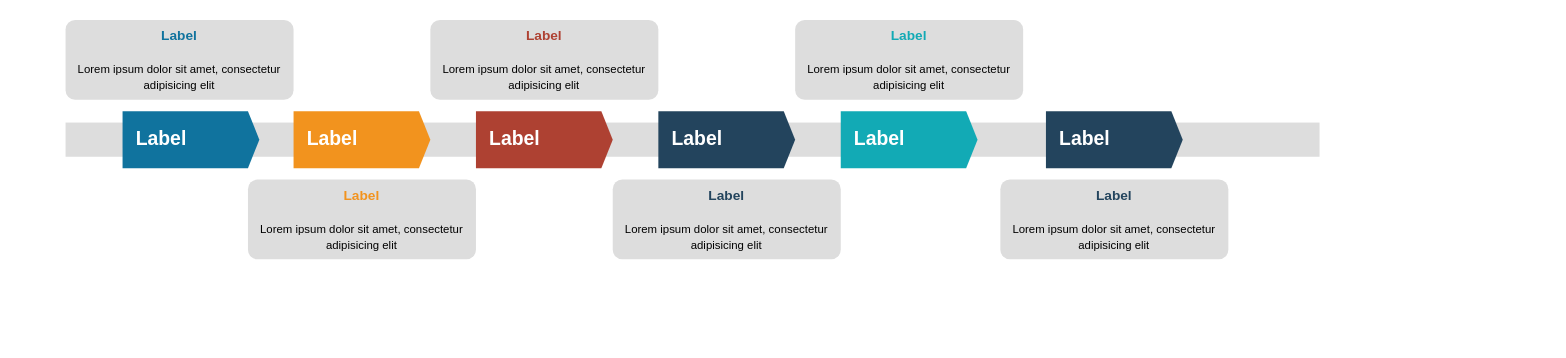
This is Zeitstrahl.drawio from liacharlotte/drawio, a draw.io file, before an edit. Source tidied: cells renumbered, new cells numbered last; positions are measured from the earlier drawing's top-left corner, leaving out a move shared by most shapes. Both pictures are drawn from the tidied source at 114%, with x=0, y=0 at pixel (65, 19).
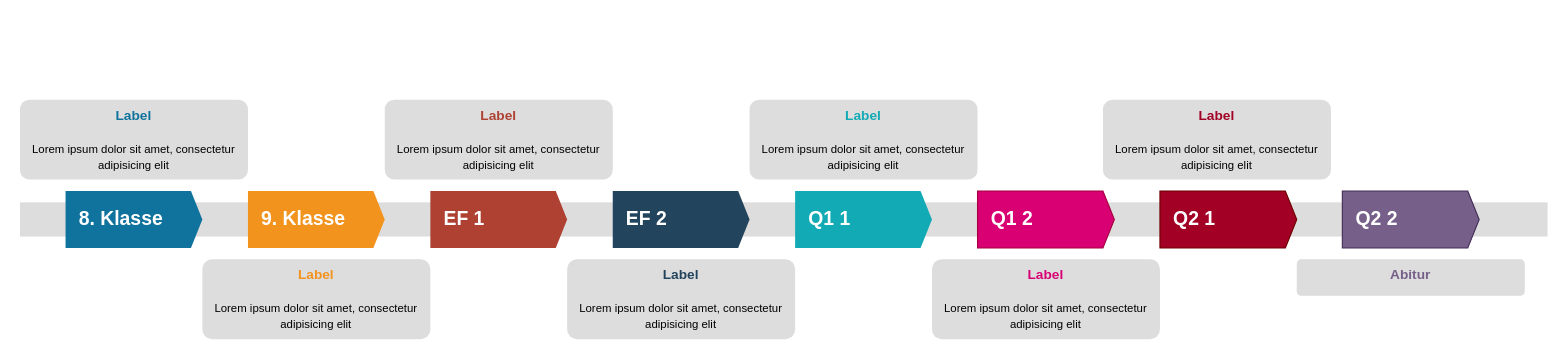
After the change.

The edit, as a diff of the source:
```diff
@@
 <mxGraphModel>
   <root>
-    <mxCell id="0" />
-    <mxCell id="1" parent="0" />
-    <mxCell id="2" style="fillColor=#dddddd;rounded=0;strokeColor=none;" parent="1" vertex="1">
-      <mxGeometry y="90" width="1100" height="30" as="geometry" />
-    </mxCell>
-    <mxCell id="3" value="Label" style="shape=mxgraph.infographic.ribbonSimple;notch1=0;notch2=10;notch=0;html=1;fillColor=#10739E;strokeColor=none;shadow=0;fontSize=17;fontColor=#FFFFFF;align=left;spacingLeft=10;fontStyle=1;" parent="1" vertex="1">
-      <mxGeometry x="50" y="80" width="120" height="50" as="geometry" />
-    </mxCell>
-    <mxCell id="4" value="Label" style="shape=mxgraph.infographic.ribbonSimple;notch1=0;notch2=10;notch=0;html=1;fillColor=#F2931E;strokeColor=none;shadow=0;fontSize=17;fontColor=#FFFFFF;align=left;spacingLeft=10;fontStyle=1;" parent="1" vertex="1">
-      <mxGeometry x="200" y="80" width="120" height="50" as="geometry" />
-    </mxCell>
-    <mxCell id="5" value="Label" style="shape=mxgraph.infographic.ribbonSimple;notch1=0;notch2=10;notch=0;html=1;fillColor=#AE4132;strokeColor=none;shadow=0;fontSize=17;fontColor=#FFFFFF;align=left;spacingLeft=10;fontStyle=1;" parent="1" vertex="1">
-      <mxGeometry x="360" y="80" width="120" height="50" as="geometry" />
-    </mxCell>
-    <mxCell id="6" value="Label" style="shape=mxgraph.infographic.ribbonSimple;notch1=0;notch2=10;notch=0;html=1;fillColor=#23445D;strokeColor=none;shadow=0;fontSize=17;fontColor=#FFFFFF;align=left;spacingLeft=10;fontStyle=1;" parent="1" vertex="1">
-      <mxGeometry x="520" y="80" width="120" height="50" as="geometry" />
-    </mxCell>
-    <mxCell id="7" value="Label" style="shape=mxgraph.infographic.ribbonSimple;notch1=0;notch2=10;notch=0;html=1;fillColor=#12AAB5;strokeColor=none;shadow=0;fontSize=17;fontColor=#FFFFFF;align=left;spacingLeft=10;fontStyle=1;" parent="1" vertex="1">
-      <mxGeometry x="680" y="80" width="120" height="50" as="geometry" />
-    </mxCell>
-    <mxCell id="8" value="&lt;font style=&quot;font-size: 10px&quot;&gt;&lt;font style=&quot;font-size: 12px&quot; color=&quot;#10739E&quot;&gt;&lt;b&gt;Label&lt;/b&gt;&lt;/font&gt;&lt;br&gt;&lt;br&gt;&lt;font size=&quot;1&quot;&gt;Lorem ipsum dolor sit amet, consectetur adipisicing elit&lt;/font&gt;&lt;/font&gt;" style="rounded=1;strokeColor=none;fillColor=#DDDDDD;align=center;arcSize=12;verticalAlign=top;whiteSpace=wrap;html=1;fontSize=12;" parent="1" vertex="1">
-      <mxGeometry width="200" height="70" as="geometry" />
-    </mxCell>
-    <mxCell id="9" value="&lt;font style=&quot;font-size: 10px&quot;&gt;&lt;font style=&quot;font-size: 12px&quot; color=&quot;#F2931E&quot;&gt;&lt;b&gt;Label&lt;/b&gt;&lt;/font&gt;&lt;br&gt;&lt;br&gt;&lt;font size=&quot;1&quot;&gt;Lorem ipsum dolor sit amet, consectetur adipisicing elit&lt;/font&gt;&lt;/font&gt;" style="rounded=1;strokeColor=none;fillColor=#DDDDDD;align=center;arcSize=12;verticalAlign=top;whiteSpace=wrap;html=1;fontSize=12;" parent="1" vertex="1">
-      <mxGeometry x="160" y="140" width="200" height="70" as="geometry" />
-    </mxCell>
-    <mxCell id="10" value="&lt;font style=&quot;font-size: 10px&quot;&gt;&lt;font style=&quot;font-size: 12px&quot; color=&quot;#AE4132&quot;&gt;&lt;b&gt;Label&lt;/b&gt;&lt;/font&gt;&lt;br&gt;&lt;br&gt;&lt;font size=&quot;1&quot;&gt;Lorem ipsum dolor sit amet, consectetur adipisicing elit&lt;/font&gt;&lt;/font&gt;" style="rounded=1;strokeColor=none;fillColor=#DDDDDD;align=center;arcSize=12;verticalAlign=top;whiteSpace=wrap;html=1;fontSize=12;" parent="1" vertex="1">
-      <mxGeometry x="320" width="200" height="70" as="geometry" />
-    </mxCell>
-    <mxCell id="11" value="&lt;font style=&quot;font-size: 10px&quot;&gt;&lt;font style=&quot;font-size: 12px&quot; color=&quot;#23445D&quot;&gt;&lt;b&gt;Label&lt;/b&gt;&lt;/font&gt;&lt;br&gt;&lt;br&gt;&lt;font size=&quot;1&quot;&gt;Lorem ipsum dolor sit amet, consectetur adipisicing elit&lt;/font&gt;&lt;/font&gt;" style="rounded=1;strokeColor=none;fillColor=#DDDDDD;align=center;arcSize=12;verticalAlign=top;whiteSpace=wrap;html=1;fontSize=12;" parent="1" vertex="1">
-      <mxGeometry x="480" y="140" width="200" height="70" as="geometry" />
-    </mxCell>
-    <mxCell id="12" value="&lt;font style=&quot;font-size: 10px&quot;&gt;&lt;font style=&quot;font-size: 12px&quot; color=&quot;#12AAB5&quot;&gt;&lt;b&gt;Label&lt;/b&gt;&lt;/font&gt;&lt;br&gt;&lt;br&gt;&lt;font size=&quot;1&quot;&gt;Lorem ipsum dolor sit amet, consectetur adipisicing elit&lt;/font&gt;&lt;/font&gt;" style="rounded=1;strokeColor=none;fillColor=#DDDDDD;align=center;arcSize=12;verticalAlign=top;whiteSpace=wrap;html=1;fontSize=12;" parent="1" vertex="1">
-      <mxGeometry x="640" width="200" height="70" as="geometry" />
-    </mxCell>
-    <mxCell id="13" value="Label" style="shape=mxgraph.infographic.ribbonSimple;notch1=0;notch2=10;notch=0;html=1;fillColor=#23445D;strokeColor=none;shadow=0;fontSize=17;fontColor=#FFFFFF;align=left;spacingLeft=10;fontStyle=1;" parent="1" vertex="1">
-      <mxGeometry x="860" y="80" width="120" height="50" as="geometry" />
-    </mxCell>
-    <mxCell id="14" value="&lt;font style=&quot;font-size: 10px&quot;&gt;&lt;font style=&quot;font-size: 12px&quot; color=&quot;#23445D&quot;&gt;&lt;b&gt;Label&lt;/b&gt;&lt;/font&gt;&lt;br&gt;&lt;br&gt;&lt;font size=&quot;1&quot;&gt;Lorem ipsum dolor sit amet, consectetur adipisicing elit&lt;/font&gt;&lt;/font&gt;" style="rounded=1;strokeColor=none;fillColor=#DDDDDD;align=center;arcSize=12;verticalAlign=top;whiteSpace=wrap;html=1;fontSize=12;" parent="1" vertex="1">
-      <mxGeometry x="820" y="140" width="200" height="70" as="geometry" />
-    </mxCell>
+    <mxCell id="15" />
+    <mxCell id="16" parent="15" />
+    <mxCell id="17" style="fillColor=#dddddd;rounded=0;strokeColor=none;shadow=0;sketch=0;" parent="16" vertex="1">
+      <mxGeometry x="-40" y="160" width="1340" height="30" as="geometry" />
+    </mxCell>
+    <mxCell id="18" value="8. Klasse" style="shape=mxgraph.infographic.ribbonSimple;notch1=0;notch2=10;notch=0;html=1;fillColor=#10739E;strokeColor=none;shadow=0;fontSize=17;fontColor=#FFFFFF;align=left;spacingLeft=10;fontStyle=1;sketch=0;" parent="16" vertex="1">
+      <mxGeometry y="150" width="120" height="50" as="geometry" />
+    </mxCell>
+    <mxCell id="19" value="9. Klasse" style="shape=mxgraph.infographic.ribbonSimple;notch1=0;notch2=10;notch=0;html=1;fillColor=#F2931E;strokeColor=none;shadow=0;fontSize=17;fontColor=#FFFFFF;align=left;spacingLeft=10;fontStyle=1;sketch=0;" parent="16" vertex="1">
+      <mxGeometry x="160" y="150" width="120" height="50" as="geometry" />
+    </mxCell>
+    <mxCell id="20" value="EF 1" style="shape=mxgraph.infographic.ribbonSimple;notch1=0;notch2=10;notch=0;html=1;fillColor=#AE4132;strokeColor=none;shadow=0;fontSize=17;fontColor=#FFFFFF;align=left;spacingLeft=10;fontStyle=1;sketch=0;" parent="16" vertex="1">
+      <mxGeometry x="320" y="150" width="120" height="50" as="geometry" />
+    </mxCell>
+    <mxCell id="21" value="EF 2" style="shape=mxgraph.infographic.ribbonSimple;notch1=0;notch2=10;notch=0;html=1;fillColor=#23445D;strokeColor=none;shadow=0;fontSize=17;fontColor=#FFFFFF;align=left;spacingLeft=10;fontStyle=1;sketch=0;" parent="16" vertex="1">
+      <mxGeometry x="480" y="150" width="120" height="50" as="geometry" />
+    </mxCell>
+    <mxCell id="22" value="Q1 1" style="shape=mxgraph.infographic.ribbonSimple;notch1=0;notch2=10;notch=0;html=1;fillColor=#12AAB5;strokeColor=none;shadow=0;fontSize=17;fontColor=#FFFFFF;align=left;spacingLeft=10;fontStyle=1;sketch=0;" parent="16" vertex="1">
+      <mxGeometry x="640" y="150" width="120" height="50" as="geometry" />
+    </mxCell>
+    <mxCell id="23" value="&lt;font style=&quot;font-size: 10px&quot;&gt;&lt;font style=&quot;font-size: 12px&quot; color=&quot;#10739E&quot;&gt;&lt;b&gt;Label&lt;/b&gt;&lt;/font&gt;&lt;br&gt;&lt;br&gt;&lt;font size=&quot;1&quot;&gt;Lorem ipsum dolor sit amet, consectetur adipisicing elit&lt;/font&gt;&lt;/font&gt;" style="rounded=1;strokeColor=none;fillColor=#DDDDDD;align=center;arcSize=12;verticalAlign=top;whiteSpace=wrap;html=1;fontSize=12;shadow=0;sketch=0;" parent="16" vertex="1">
+      <mxGeometry x="-40" y="70" width="200" height="70" as="geometry" />
+    </mxCell>
+    <mxCell id="24" value="&lt;font style=&quot;font-size: 10px&quot;&gt;&lt;font style=&quot;font-size: 12px&quot; color=&quot;#F2931E&quot;&gt;&lt;b&gt;Label&lt;/b&gt;&lt;/font&gt;&lt;br&gt;&lt;br&gt;&lt;font size=&quot;1&quot;&gt;Lorem ipsum dolor sit amet, consectetur adipisicing elit&lt;/font&gt;&lt;/font&gt;" style="rounded=1;strokeColor=none;fillColor=#DDDDDD;align=center;arcSize=12;verticalAlign=top;whiteSpace=wrap;html=1;fontSize=12;shadow=0;sketch=0;" parent="16" vertex="1">
+      <mxGeometry x="120" y="210" width="200" height="70" as="geometry" />
+    </mxCell>
+    <mxCell id="25" value="&lt;font style=&quot;font-size: 10px&quot;&gt;&lt;font style=&quot;font-size: 12px&quot; color=&quot;#AE4132&quot;&gt;&lt;b&gt;Label&lt;/b&gt;&lt;/font&gt;&lt;br&gt;&lt;br&gt;&lt;font size=&quot;1&quot;&gt;Lorem ipsum dolor sit amet, consectetur adipisicing elit&lt;/font&gt;&lt;/font&gt;" style="rounded=1;strokeColor=none;fillColor=#DDDDDD;align=center;arcSize=12;verticalAlign=top;whiteSpace=wrap;html=1;fontSize=12;shadow=0;sketch=0;" parent="16" vertex="1">
+      <mxGeometry x="280" y="70" width="200" height="70" as="geometry" />
+    </mxCell>
+    <mxCell id="26" value="&lt;font style=&quot;font-size: 10px&quot;&gt;&lt;font style=&quot;font-size: 12px&quot; color=&quot;#23445D&quot;&gt;&lt;b&gt;Label&lt;/b&gt;&lt;/font&gt;&lt;br&gt;&lt;br&gt;&lt;font size=&quot;1&quot;&gt;Lorem ipsum dolor sit amet, consectetur adipisicing elit&lt;/font&gt;&lt;/font&gt;" style="rounded=1;strokeColor=none;fillColor=#DDDDDD;align=center;arcSize=12;verticalAlign=top;whiteSpace=wrap;html=1;fontSize=12;shadow=0;sketch=0;" parent="16" vertex="1">
+      <mxGeometry x="440" y="210" width="200" height="70" as="geometry" />
+    </mxCell>
+    <mxCell id="27" value="&lt;font style=&quot;font-size: 10px&quot;&gt;&lt;font style=&quot;font-size: 12px&quot; color=&quot;#12AAB5&quot;&gt;&lt;b&gt;Label&lt;/b&gt;&lt;/font&gt;&lt;br&gt;&lt;br&gt;&lt;font size=&quot;1&quot;&gt;Lorem ipsum dolor sit amet, consectetur adipisicing elit&lt;/font&gt;&lt;/font&gt;" style="rounded=1;strokeColor=none;fillColor=#DDDDDD;align=center;arcSize=12;verticalAlign=top;whiteSpace=wrap;html=1;fontSize=12;shadow=0;sketch=0;" parent="16" vertex="1">
+      <mxGeometry x="600" y="70" width="200" height="70" as="geometry" />
+    </mxCell>
+    <mxCell id="28" value="Q1 2" style="shape=mxgraph.infographic.ribbonSimple;notch1=0;notch2=10;notch=0;html=1;fillColor=#d80073;strokeColor=#A50040;shadow=0;fontSize=17;align=left;spacingLeft=10;fontStyle=1;sketch=0;fontColor=#ffffff;" parent="16" vertex="1">
+      <mxGeometry x="800" y="150" width="120" height="50" as="geometry" />
+    </mxCell>
+    <mxCell id="29" value="Q2 1" style="shape=mxgraph.infographic.ribbonSimple;notch1=0;notch2=10;notch=0;html=1;fillColor=#a20025;strokeColor=#6F0000;shadow=0;fontSize=17;fontColor=#ffffff;align=left;spacingLeft=10;fontStyle=1;sketch=0;" parent="16" vertex="1">
+      <mxGeometry x="960" y="150" width="120" height="50" as="geometry" />
+    </mxCell>
+    <mxCell id="30" value="Q2 2" style="shape=mxgraph.infographic.ribbonSimple;notch1=0;notch2=10;notch=0;html=1;fillColor=#76608a;strokeColor=#432D57;shadow=0;fontSize=17;fontColor=#ffffff;align=left;spacingLeft=10;fontStyle=1;sketch=0;" parent="16" vertex="1">
+      <mxGeometry x="1120" y="150" width="120" height="50" as="geometry" />
+    </mxCell>
+    <mxCell id="31" value="&lt;font style=&quot;font-size: 10px&quot;&gt;&lt;font style=&quot;font-size: 12px&quot; color=&quot;#d80073&quot;&gt;&lt;b&gt;Label&lt;/b&gt;&lt;/font&gt;&lt;br&gt;&lt;br&gt;&lt;font size=&quot;1&quot;&gt;Lorem ipsum dolor sit amet, consectetur adipisicing elit&lt;/font&gt;&lt;/font&gt;" style="rounded=1;strokeColor=none;fillColor=#DDDDDD;align=center;arcSize=12;verticalAlign=top;whiteSpace=wrap;html=1;fontSize=12;shadow=0;sketch=0;" parent="16" vertex="1">
+      <mxGeometry x="760" y="210" width="200" height="70" as="geometry" />
+    </mxCell>
+    <mxCell id="32" value="&lt;font style=&quot;font-size: 10px&quot;&gt;&lt;font style=&quot;font-size: 12px&quot; color=&quot;#76608a&quot;&gt;&lt;b&gt;Abitur&lt;/b&gt;&lt;/font&gt;&lt;br&gt;&lt;br&gt;&lt;br&gt;&lt;/font&gt;" style="rounded=1;strokeColor=none;fillColor=#DDDDDD;align=center;arcSize=12;verticalAlign=top;whiteSpace=wrap;html=1;fontSize=12;shadow=0;sketch=0;" parent="16" vertex="1">
+      <mxGeometry x="1080" y="210" width="200" height="32" as="geometry" />
+    </mxCell>
+    <mxCell id="33" value="&lt;font style=&quot;font-size: 10px&quot;&gt;&lt;font style=&quot;font-size: 12px&quot; color=&quot;#a20025&quot;&gt;&lt;b&gt;Label&lt;/b&gt;&lt;/font&gt;&lt;br&gt;&lt;br&gt;&lt;font size=&quot;1&quot;&gt;Lorem ipsum dolor sit amet, consectetur adipisicing elit&lt;/font&gt;&lt;/font&gt;" style="rounded=1;strokeColor=none;fillColor=#DDDDDD;align=center;arcSize=12;verticalAlign=top;whiteSpace=wrap;html=1;fontSize=12;shadow=0;sketch=0;" parent="16" vertex="1">
+      <mxGeometry x="910" y="70" width="200" height="70" as="geometry" />
+    </mxCell>
   </root>
 </mxGraphModel>
```
